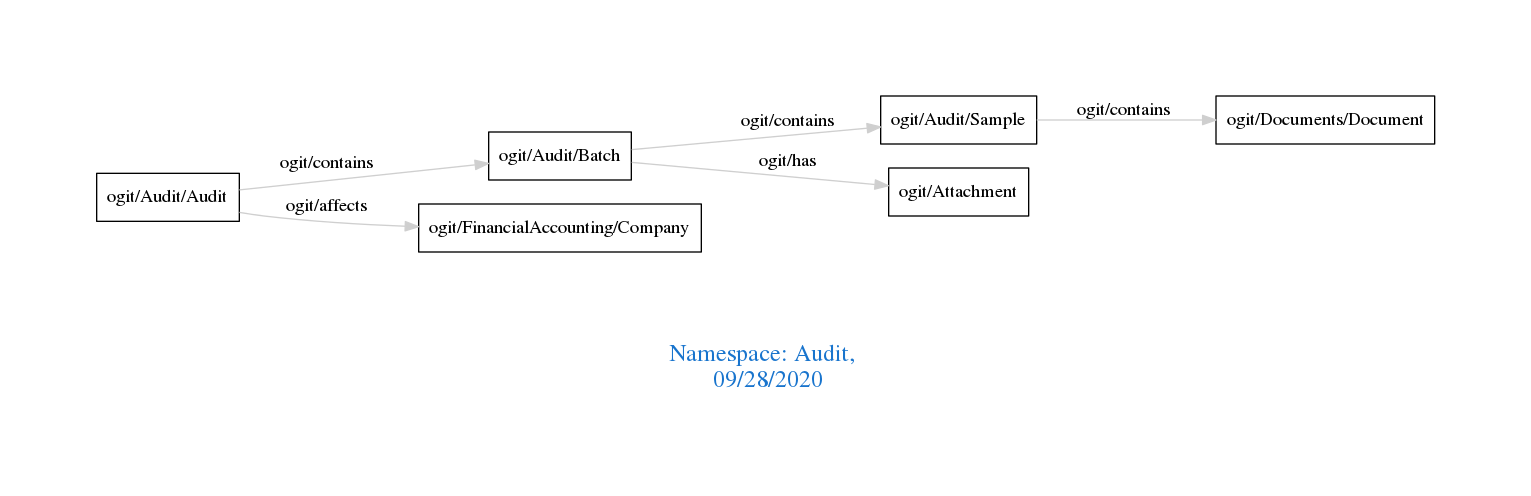
The Graphviz diagram downloads/Audit.png in arago/OGIT, before a commit. Its source is kept beside it as downloads/Audit.dot.
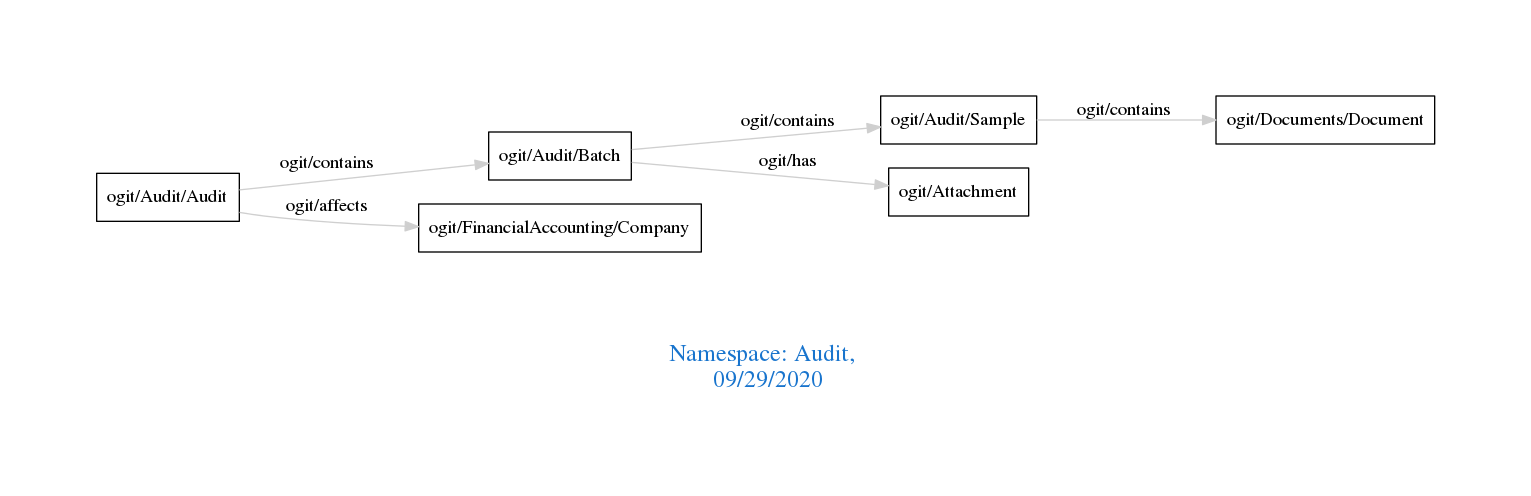
After the change.

Change to the diagram source:
```diff
@@ -1,7 +1,7 @@
 digraph OGIT_ontology {
  graph [ rankdir= LR,pad=1
 fontsize = 18,
-fontcolor= dodgerblue3,label = "\n\n\nNamespace: Audit, \n 09/28/2020"];
+fontcolor= dodgerblue3,label = "\n\n\nNamespace: Audit, \n 09/29/2020"];
 node[shape=polygon];
 edge [  color="gray81"];
 
```
